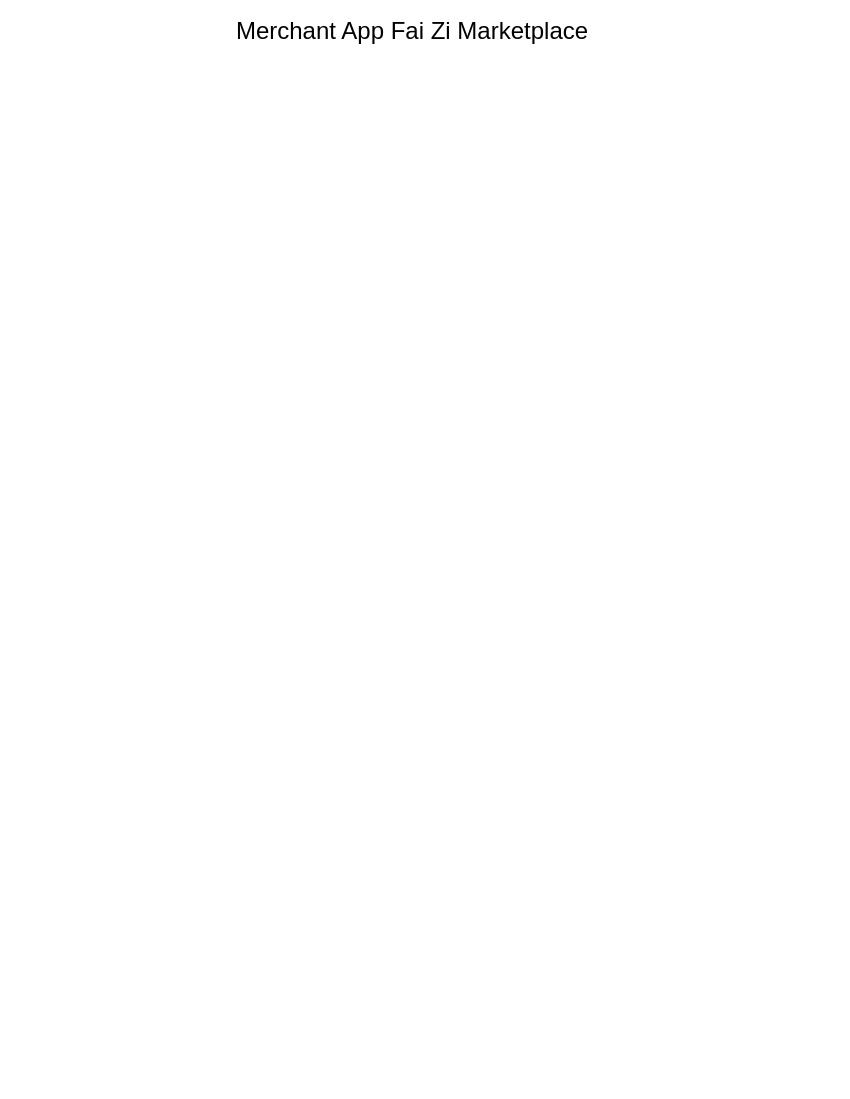
Above: Untitled Diagram.drawio in aryalg/aryalg (draw.io), before the change. Source tidied: cells renumbered, new cells numbered last; positions are measured from the earlier drawing's top-left corner, leaving out a move shared by most shapes. Both pictures are drawn from the tidied source at 100%, with x=0, y=0 at pixel (132, 21).
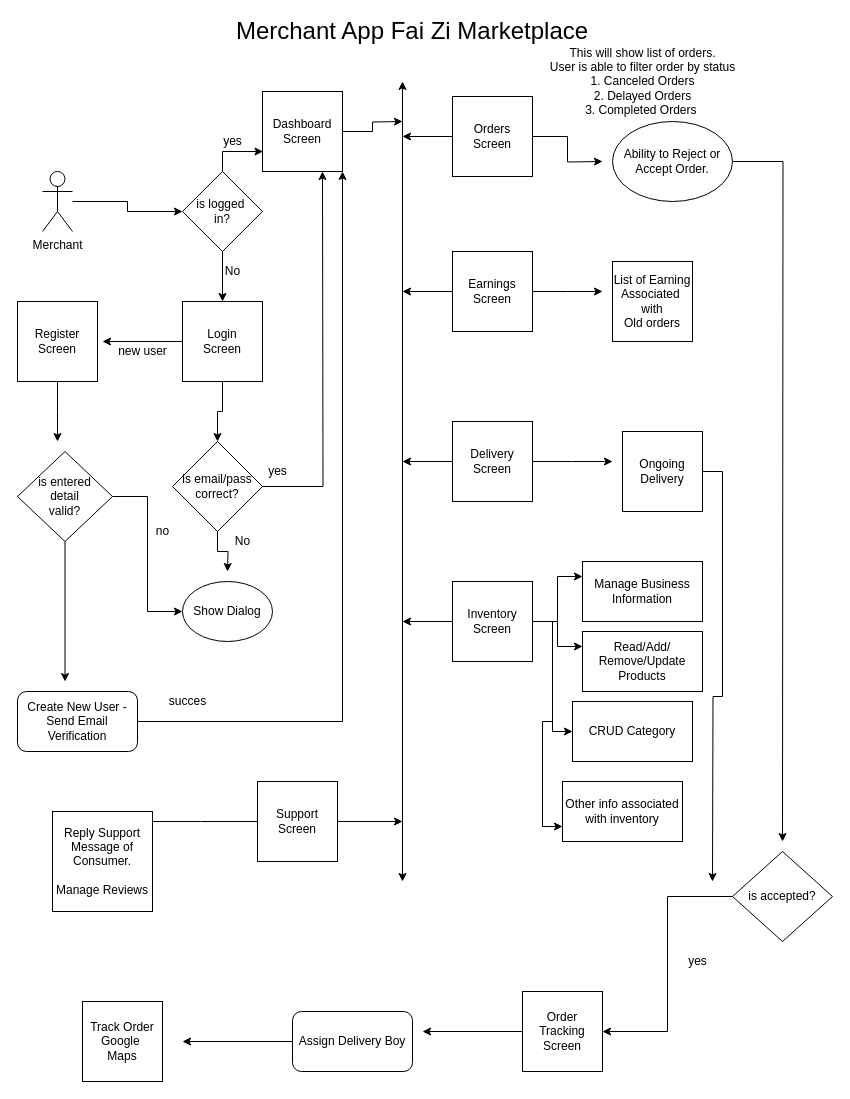
The same diagram, later.

The edit, as a diff of the source:
```diff
@@
+    <mxCell id="3" style="edgeStyle=orthogonalEdgeStyle;rounded=0;jettySize=auto;html=1;entryX=0;entryY=0.5;entryDx=0;entryDy=0;" parent="1" edge="1" source="4" target="7">
+      <mxGeometry relative="1" as="geometry" />
+    </mxCell>
+    <mxCell id="4" value="Merchant" style="shape=umlActor;verticalLabelPosition=bottom;verticalAlign=top;html=1;outlineConnect=0;" parent="1" vertex="1">
+      <mxGeometry x="-90" y="150" width="30" height="60" as="geometry" />
+    </mxCell>
+    <mxCell id="5" style="edgeStyle=orthogonalEdgeStyle;rounded=0;jettySize=auto;html=1;" parent="1" edge="1" source="7">
+      <mxGeometry relative="1" as="geometry">
+        <mxPoint x="130" y="130" as="targetPoint" />
+      </mxGeometry>
+    </mxCell>
+    <mxCell id="6" style="edgeStyle=orthogonalEdgeStyle;rounded=0;jettySize=auto;html=1;entryX=0.5;entryY=0;entryDx=0;entryDy=0;" parent="1" edge="1" source="7" target="13">
+      <mxGeometry relative="1" as="geometry" />
+    </mxCell>
+    <mxCell id="7" value="is logged&amp;nbsp;&lt;br&gt;in?" style="rhombus;whiteSpace=wrap;html=1;" parent="1" vertex="1">
+      <mxGeometry x="50" y="150" width="80" height="80" as="geometry" />
+    </mxCell>
+    <mxCell id="8" style="edgeStyle=orthogonalEdgeStyle;rounded=0;jettySize=auto;html=1;" parent="1" edge="1" source="9">
+      <mxGeometry relative="1" as="geometry">
+        <mxPoint x="270" y="100" as="targetPoint" />
+      </mxGeometry>
+    </mxCell>
+    <mxCell id="9" value="Dashboard&lt;br&gt;Screen" style="whiteSpace=wrap;html=1;" parent="1" vertex="1">
+      <mxGeometry x="130" y="70" width="80" height="80" as="geometry" />
+    </mxCell>
+    <mxCell id="10" value="yes" style="text;html=1;align=center;verticalAlign=middle;" parent="1" vertex="1">
+      <mxGeometry x="85" y="110" width="30" height="20" as="geometry" />
+    </mxCell>
+    <mxCell id="11" style="edgeStyle=orthogonalEdgeStyle;rounded=0;jettySize=auto;html=1;entryX=0.5;entryY=0;entryDx=0;entryDy=0;" parent="1" edge="1" source="13" target="36">
+      <mxGeometry relative="1" as="geometry" />
+    </mxCell>
+    <mxCell id="12" style="edgeStyle=orthogonalEdgeStyle;rounded=0;jettySize=auto;html=1;" parent="1" edge="1" source="13">
+      <mxGeometry relative="1" as="geometry">
+        <mxPoint x="-30" y="320" as="targetPoint" />
+      </mxGeometry>
+    </mxCell>
+    <mxCell id="13" value="Login&lt;br&gt;Screen" style="whiteSpace=wrap;html=1;" parent="1" vertex="1">
+      <mxGeometry x="50" y="280" width="80" height="80" as="geometry" />
+    </mxCell>
+    <mxCell id="14" value="No" style="text;html=1;align=center;verticalAlign=middle;" parent="1" vertex="1">
+      <mxGeometry x="85" y="240" width="30" height="20" as="geometry" />
+    </mxCell>
+    <mxCell id="15" style="edgeStyle=orthogonalEdgeStyle;rounded=0;jettySize=auto;html=1;" parent="1" edge="1" source="17">
+      <mxGeometry relative="1" as="geometry">
+        <mxPoint x="270" y="115" as="targetPoint" />
+      </mxGeometry>
+    </mxCell>
+    <mxCell id="16" style="edgeStyle=orthogonalEdgeStyle;rounded=0;jettySize=auto;html=1;" parent="1" edge="1" source="17">
+      <mxGeometry relative="1" as="geometry">
+        <mxPoint x="470" y="140" as="targetPoint" />
+      </mxGeometry>
+    </mxCell>
+    <mxCell id="17" value="Orders Screen" style="whiteSpace=wrap;html=1;" parent="1" vertex="1">
+      <mxGeometry x="320" y="75" width="80" height="80" as="geometry" />
+    </mxCell>
+    <mxCell id="18" style="edgeStyle=orthogonalEdgeStyle;rounded=0;jettySize=auto;html=1;" parent="1" edge="1" source="20">
+      <mxGeometry relative="1" as="geometry">
+        <mxPoint x="270" y="270" as="targetPoint" />
+      </mxGeometry>
+    </mxCell>
+    <mxCell id="19" style="edgeStyle=orthogonalEdgeStyle;rounded=0;jettySize=auto;html=1;" parent="1" edge="1" source="20">
+      <mxGeometry relative="1" as="geometry">
+        <mxPoint x="470" y="270" as="targetPoint" />
+      </mxGeometry>
+    </mxCell>
+    <mxCell id="20" value="Earnings&lt;br&gt;Screen" style="whiteSpace=wrap;html=1;" parent="1" vertex="1">
+      <mxGeometry x="320" y="230" width="80" height="80" as="geometry" />
+    </mxCell>
+    <mxCell id="21" style="edgeStyle=orthogonalEdgeStyle;rounded=0;jettySize=auto;html=1;" parent="1" edge="1" source="23">
+      <mxGeometry relative="1" as="geometry">
+        <mxPoint x="270" y="440" as="targetPoint" />
+      </mxGeometry>
+    </mxCell>
+    <mxCell id="22" style="edgeStyle=orthogonalEdgeStyle;rounded=0;jettySize=auto;html=1;" parent="1" edge="1" source="23">
+      <mxGeometry relative="1" as="geometry">
+        <mxPoint x="480" y="440" as="targetPoint" />
+      </mxGeometry>
+    </mxCell>
+    <mxCell id="23" value="Delivery&lt;br&gt;Screen" style="whiteSpace=wrap;html=1;" parent="1" vertex="1">
+      <mxGeometry x="320" y="400" width="80" height="80" as="geometry" />
+    </mxCell>
+    <mxCell id="24" style="edgeStyle=orthogonalEdgeStyle;rounded=0;jettySize=auto;html=1;" parent="1" edge="1" source="29">
+      <mxGeometry relative="1" as="geometry">
+        <mxPoint x="270" y="600" as="targetPoint" />
+      </mxGeometry>
+    </mxCell>
+    <mxCell id="25" style="edgeStyle=orthogonalEdgeStyle;rounded=0;jettySize=auto;html=1;entryX=0;entryY=0.25;entryDx=0;entryDy=0;" parent="1" edge="1" source="29" target="64">
+      <mxGeometry relative="1" as="geometry" />
+    </mxCell>
+    <mxCell id="26" style="edgeStyle=orthogonalEdgeStyle;rounded=0;jettySize=auto;html=1;entryX=0;entryY=0.25;entryDx=0;entryDy=0;" parent="1" edge="1" source="29" target="65">
+      <mxGeometry relative="1" as="geometry" />
+    </mxCell>
+    <mxCell id="27" style="edgeStyle=orthogonalEdgeStyle;rounded=0;jettySize=auto;html=1;entryX=0;entryY=0.5;entryDx=0;entryDy=0;" parent="1" edge="1" source="29" target="66">
+      <mxGeometry relative="1" as="geometry" />
+    </mxCell>
+    <mxCell id="28" style="edgeStyle=orthogonalEdgeStyle;rounded=0;jettySize=auto;html=1;entryX=0;entryY=0.75;entryDx=0;entryDy=0;" parent="1" edge="1" source="29" target="67">
+      <mxGeometry relative="1" as="geometry" />
+    </mxCell>
+    <mxCell id="29" value="Inventory Screen" style="whiteSpace=wrap;html=1;" parent="1" vertex="1">
+      <mxGeometry x="320" y="560" width="80" height="80" as="geometry" />
+    </mxCell>
+    <mxCell id="30" style="edgeStyle=orthogonalEdgeStyle;rounded=0;jettySize=auto;html=1;" parent="1" edge="1" source="32">
+      <mxGeometry relative="1" as="geometry">
+        <mxPoint x="270" y="800" as="targetPoint" />
+      </mxGeometry>
+    </mxCell>
+    <mxCell id="31" style="edgeStyle=orthogonalEdgeStyle;rounded=0;jettySize=auto;html=1;" parent="1" edge="1" source="32">
+      <mxGeometry relative="1" as="geometry">
+        <mxPoint x="10" y="800" as="targetPoint" />
+      </mxGeometry>
+    </mxCell>
+    <mxCell id="32" value="Support Screen" style="whiteSpace=wrap;html=1;" parent="1" vertex="1">
+      <mxGeometry x="125" y="760" width="80" height="80" as="geometry" />
+    </mxCell>
+    <mxCell id="33" style="endArrow=classic;startArrow=classic;html=1;" parent="1" edge="1">
+      <mxGeometry relative="1" as="geometry">
+        <mxPoint x="270" y="860" as="sourcePoint" />
+        <mxPoint x="270" y="60" as="targetPoint" />
+      </mxGeometry>
+    </mxCell>
+    <mxCell id="34" style="edgeStyle=orthogonalEdgeStyle;rounded=0;jettySize=auto;html=1;" parent="1" edge="1" source="36">
+      <mxGeometry relative="1" as="geometry">
+        <mxPoint x="95" y="550" as="targetPoint" />
+      </mxGeometry>
+    </mxCell>
+    <mxCell id="35" style="edgeStyle=orthogonalEdgeStyle;rounded=0;jettySize=auto;html=1;" parent="1" edge="1" source="36">
+      <mxGeometry relative="1" as="geometry">
+        <mxPoint x="190" y="150" as="targetPoint" />
+      </mxGeometry>
+    </mxCell>
+    <mxCell id="36" value="is email/pass&lt;br&gt;correct?" style="rhombus;whiteSpace=wrap;html=1;" parent="1" vertex="1">
+      <mxGeometry x="40" y="420" width="90" height="90" as="geometry" />
+    </mxCell>
+    <mxCell id="37" value="Show Dialog" style="ellipse;whiteSpace=wrap;html=1;" parent="1" vertex="1">
+      <mxGeometry x="50" y="560" width="90" height="60" as="geometry" />
+    </mxCell>
+    <mxCell id="38" value="No" style="text;html=1;align=center;verticalAlign=middle;" parent="1" vertex="1">
+      <mxGeometry x="95" y="510" width="30" height="20" as="geometry" />
+    </mxCell>
+    <mxCell id="39" value="yes&lt;br&gt;" style="text;html=1;align=center;verticalAlign=middle;" parent="1" vertex="1">
+      <mxGeometry x="130" y="440" width="30" height="20" as="geometry" />
+    </mxCell>
+    <mxCell id="40" value="new user" style="text;html=1;align=center;verticalAlign=middle;" parent="1" vertex="1">
+      <mxGeometry x="-20" y="320" width="60" height="20" as="geometry" />
+    </mxCell>
+    <mxCell id="41" style="edgeStyle=orthogonalEdgeStyle;rounded=0;jettySize=auto;html=1;" parent="1" edge="1" source="42">
+      <mxGeometry relative="1" as="geometry">
+        <mxPoint x="-75" y="420" as="targetPoint" />
+      </mxGeometry>
+    </mxCell>
+    <mxCell id="42" value="Register&lt;br&gt;Screen" style="whiteSpace=wrap;html=1;" parent="1" vertex="1">
+      <mxGeometry x="-115" y="280" width="80" height="80" as="geometry" />
+    </mxCell>
+    <mxCell id="43" style="edgeStyle=orthogonalEdgeStyle;rounded=0;jettySize=auto;html=1;entryX=0;entryY=0.5;entryDx=0;entryDy=0;" parent="1" edge="1" source="45" target="37">
+      <mxGeometry relative="1" as="geometry" />
+    </mxCell>
+    <mxCell id="44" style="edgeStyle=orthogonalEdgeStyle;rounded=0;jettySize=auto;html=1;" parent="1" edge="1" source="45">
+      <mxGeometry relative="1" as="geometry">
+        <mxPoint x="-67.5" y="660" as="targetPoint" />
+      </mxGeometry>
+    </mxCell>
+    <mxCell id="45" value="is entered&lt;br&gt;detail&lt;br&gt;valid?" style="rhombus;whiteSpace=wrap;html=1;" parent="1" vertex="1">
+      <mxGeometry x="-115" y="430" width="95" height="90" as="geometry" />
+    </mxCell>
+    <mxCell id="46" value="no" style="text;html=1;align=center;verticalAlign=middle;" parent="1" vertex="1">
+      <mxGeometry x="15" y="500" width="30" height="20" as="geometry" />
+    </mxCell>
+    <mxCell id="47" style="edgeStyle=orthogonalEdgeStyle;rounded=0;jettySize=auto;html=1;entryX=1;entryY=1;entryDx=0;entryDy=0;" parent="1" edge="1" source="48" target="9">
+      <mxGeometry relative="1" as="geometry" />
+    </mxCell>
+    <mxCell id="48" value="Create New User - Send Email Verification" style="rounded=1;whiteSpace=wrap;html=1;" parent="1" vertex="1">
+      <mxGeometry x="-115" y="670" width="120" height="60" as="geometry" />
+    </mxCell>
+    <mxCell id="49" value="succes" style="text;html=1;align=center;verticalAlign=middle;" parent="1" vertex="1">
+      <mxGeometry x="30" y="670" width="50" height="20" as="geometry" />
+    </mxCell>
+    <mxCell id="50" value="This will show list of orders. &lt;br&gt;User is able to filter order by status&lt;br&gt;1. Canceled Orders&lt;br&gt;2. Delayed Orders&lt;br&gt;3. Completed Orders&amp;nbsp;" style="text;html=1;align=center;verticalAlign=middle;" parent="1" vertex="1">
+      <mxGeometry x="410" y="20" width="200" height="80" as="geometry" />
+    </mxCell>
+    <mxCell id="51" style="edgeStyle=orthogonalEdgeStyle;rounded=0;jettySize=auto;html=1;" parent="1" edge="1" source="52">
+      <mxGeometry relative="1" as="geometry">
+        <mxPoint x="650" y="820" as="targetPoint" />
+      </mxGeometry>
+    </mxCell>
+    <mxCell id="52" value="Ability to Reject or Accept Order." style="ellipse;whiteSpace=wrap;html=1;" parent="1" vertex="1">
+      <mxGeometry x="480" y="100" width="120" height="80" as="geometry" />
+    </mxCell>
+    <mxCell id="53" style="edgeStyle=orthogonalEdgeStyle;rounded=0;jettySize=auto;html=1;entryX=1;entryY=0.5;entryDx=0;entryDy=0;" parent="1" edge="1" source="54" target="56">
+      <mxGeometry relative="1" as="geometry" />
+    </mxCell>
+    <mxCell id="54" value="is accepted?" style="rhombus;whiteSpace=wrap;html=1;" parent="1" vertex="1">
+      <mxGeometry x="600" y="830" width="100" height="90" as="geometry" />
+    </mxCell>
+    <mxCell id="55" style="edgeStyle=orthogonalEdgeStyle;rounded=0;jettySize=auto;html=1;" parent="1" edge="1" source="56">
+      <mxGeometry relative="1" as="geometry">
+        <mxPoint x="290" y="1010" as="targetPoint" />
+      </mxGeometry>
+    </mxCell>
+    <mxCell id="56" value="Order&lt;br&gt;Tracking&lt;br&gt;Screen" style="whiteSpace=wrap;html=1;" parent="1" vertex="1">
+      <mxGeometry x="390" y="970" width="80" height="80" as="geometry" />
+    </mxCell>
+    <mxCell id="57" value="yes" style="text;html=1;align=center;verticalAlign=middle;" parent="1" vertex="1">
+      <mxGeometry x="550" y="930" width="30" height="20" as="geometry" />
+    </mxCell>
+    <mxCell id="58" style="edgeStyle=orthogonalEdgeStyle;rounded=0;jettySize=auto;html=1;" parent="1" edge="1" source="59">
+      <mxGeometry relative="1" as="geometry">
+        <mxPoint x="50" y="1020" as="targetPoint" />
+      </mxGeometry>
+    </mxCell>
+    <mxCell id="59" value="Assign Delivery Boy" style="rounded=1;whiteSpace=wrap;html=1;" parent="1" vertex="1">
+      <mxGeometry x="160" y="990" width="120" height="60" as="geometry" />
+    </mxCell>
+    <mxCell id="60" value="Track Order Google&amp;nbsp;&lt;br&gt;Maps" style="whiteSpace=wrap;html=1;" parent="1" vertex="1">
+      <mxGeometry x="-50" y="980" width="80" height="80" as="geometry" />
+    </mxCell>
+    <mxCell id="61" value="List of Earning Associated&amp;nbsp;&lt;br&gt;with&lt;br&gt;Old orders" style="whiteSpace=wrap;html=1;" parent="1" vertex="1">
+      <mxGeometry x="480" y="240" width="80" height="80" as="geometry" />
+    </mxCell>
+    <mxCell id="62" style="edgeStyle=orthogonalEdgeStyle;rounded=0;jettySize=auto;html=1;" parent="1" edge="1" source="63">
+      <mxGeometry relative="1" as="geometry">
+        <mxPoint x="580" y="860" as="targetPoint" />
+      </mxGeometry>
+    </mxCell>
+    <mxCell id="63" value="Ongoing Delivery" style="whiteSpace=wrap;html=1;" parent="1" vertex="1">
+      <mxGeometry x="490" y="410" width="80" height="80" as="geometry" />
+    </mxCell>
+    <mxCell id="64" value="Manage Business&lt;br&gt;Information" style="rounded=0;whiteSpace=wrap;html=1;" parent="1" vertex="1">
+      <mxGeometry x="450" y="540" width="120" height="60" as="geometry" />
+    </mxCell>
+    <mxCell id="65" value="Read/Add/&lt;br&gt;Remove/Update&lt;br&gt;Products" style="rounded=0;whiteSpace=wrap;html=1;" parent="1" vertex="1">
+      <mxGeometry x="450" y="610" width="120" height="60" as="geometry" />
+    </mxCell>
+    <mxCell id="66" value="CRUD Category" style="rounded=0;whiteSpace=wrap;html=1;" parent="1" vertex="1">
+      <mxGeometry x="440" y="680" width="120" height="60" as="geometry" />
+    </mxCell>
+    <mxCell id="67" value="Other info associated&lt;br&gt;with inventory" style="rounded=0;whiteSpace=wrap;html=1;" parent="1" vertex="1">
+      <mxGeometry x="430" y="760" width="120" height="60" as="geometry" />
+    </mxCell>
+    <mxCell id="68" value="Reply Support Message of Consumer.&lt;br&gt;&lt;br&gt;Manage Reviews" style="whiteSpace=wrap;html=1;" parent="1" vertex="1">
+      <mxGeometry x="-80" y="790" width="100" height="100" as="geometry" />
+    </mxCell>
```
